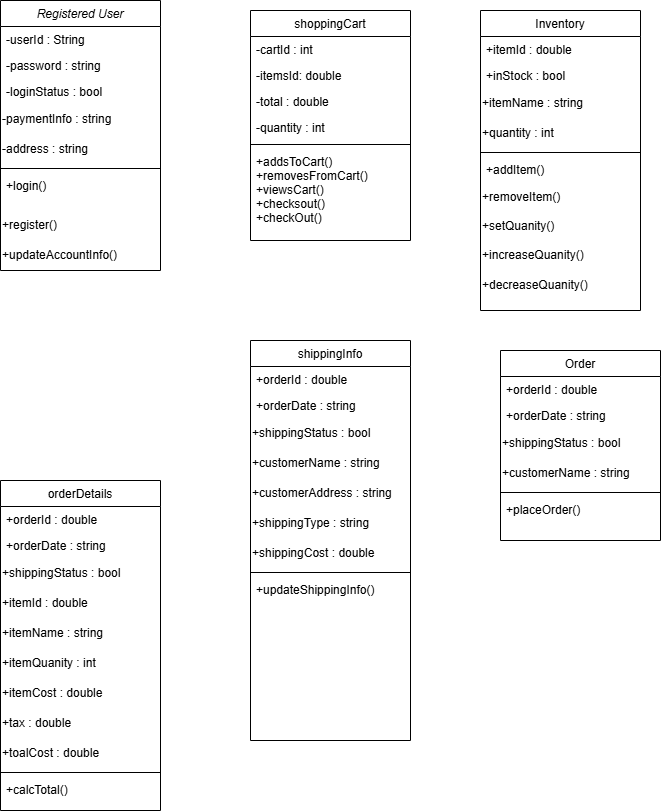
Before: Use Case Diagrams/classDiagram.drawio.png, a diagram exported from draw.io (gavinbarry60/group8). Source tidied: cells renumbered, new cells last; positions are measured from the earlier drawing's top-left corner, leaving out a move shared by most shapes.
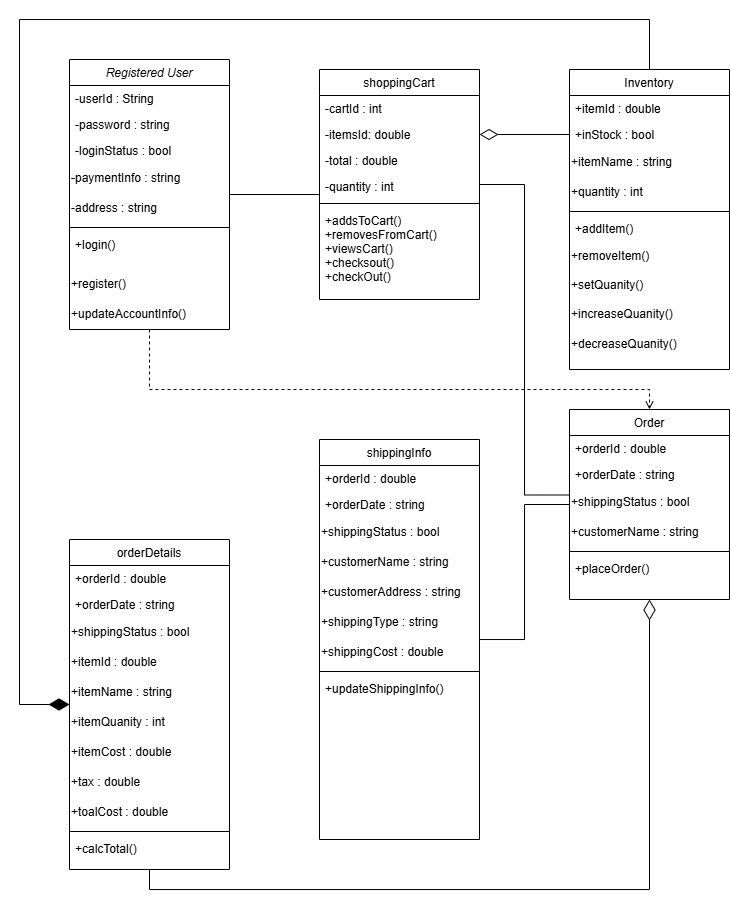
After the commit.

Change to the diagram source:
```diff
@@ -2,6 +2,14 @@
   <root>
     <mxCell id="0" />
     <mxCell id="1" parent="0" />
+    <mxCell id="59" style="edgeStyle=orthogonalEdgeStyle;rounded=0;jettySize=auto;html=1;dashed=1;endArrow=open;endFill=0;" parent="1" edge="1" source="2" target="30">
+      <mxGeometry relative="1" as="geometry">
+        <Array as="points">
+          <mxPoint x="80" y="330" />
+          <mxPoint x="580" y="330" />
+        </Array>
+      </mxGeometry>
+    </mxCell>
     <mxCell id="2" value="Registered User" style="swimlane;fontStyle=2;align=center;verticalAlign=top;horizontal=1;startSize=26;rounded=0;shadow=0;strokeWidth=1;" parent="1" vertex="1">
       <mxGeometry width="160" height="270" as="geometry" />
     </mxCell>
@@ -32,6 +40,9 @@
     <mxCell id="11" value="+updateAccountInfo()" style="text;html=1;align=left;verticalAlign=middle;whiteSpace=wrap;rounded=0;" parent="2" vertex="1">
       <mxGeometry y="240" width="160" height="30" as="geometry" />
     </mxCell>
+    <mxCell id="60" style="edgeStyle=orthogonalEdgeStyle;rounded=0;jettySize=auto;html=1;entryX=0;entryY=0.25;entryDx=0;entryDy=0;endArrow=none;startFill=0;" parent="1" edge="1" source="12" target="33">
+      <mxGeometry relative="1" as="geometry" />
+    </mxCell>
     <mxCell id="12" value="shoppingCart" style="swimlane;fontStyle=0;align=center;verticalAlign=top;horizontal=1;startSize=26;rounded=0;shadow=0;strokeWidth=1;" parent="1" vertex="1">
       <mxGeometry x="250" y="10" width="160" height="230" as="geometry" />
     </mxCell>
@@ -54,7 +65,7 @@
       <mxGeometry y="138" width="160" height="82" as="geometry" />
     </mxCell>
     <mxCell id="19" value="Inventory" style="swimlane;fontStyle=0;align=center;verticalAlign=top;horizontal=1;startSize=26;rounded=0;shadow=0;strokeWidth=1;" parent="1" vertex="1">
-      <mxGeometry x="480" y="10" width="160" height="300" as="geometry" />
+      <mxGeometry x="500" y="10" width="160" height="300" as="geometry" />
     </mxCell>
     <mxCell id="20" value="+itemId : double" style="text;align=left;verticalAlign=top;spacingLeft=4;spacingRight=4;overflow=hidden;" parent="19" vertex="1">
       <mxGeometry y="26" width="160" height="26" as="geometry" />
@@ -86,6 +97,17 @@
     <mxCell id="29" value="+decreaseQuanity()" style="text;html=1;align=left;verticalAlign=middle;whiteSpace=wrap;rounded=0;" parent="19" vertex="1">
       <mxGeometry y="260" width="160" height="30" as="geometry" />
     </mxCell>
+    <mxCell id="61" style="edgeStyle=orthogonalEdgeStyle;rounded=0;jettySize=auto;html=1;endArrow=none;startFill=0;" parent="1" edge="1" source="30" target="37">
+      <mxGeometry relative="1" as="geometry" />
+    </mxCell>
+    <mxCell id="62" style="edgeStyle=orthogonalEdgeStyle;rounded=0;jettySize=auto;html=1;endArrow=diamondThin;endFill=0;startSize=6;endSize=18;exitX=0.5;exitY=1;exitDx=0;exitDy=0;" parent="1" edge="1" source="47" target="30">
+      <mxGeometry relative="1" as="geometry">
+        <Array as="points">
+          <mxPoint x="80" y="830" />
+          <mxPoint x="580" y="830" />
+        </Array>
+      </mxGeometry>
+    </mxCell>
     <mxCell id="30" value="Order" style="swimlane;fontStyle=0;align=center;verticalAlign=top;horizontal=1;startSize=26;rounded=0;shadow=0;strokeWidth=1;" parent="1" vertex="1">
       <mxGeometry x="500" y="350" width="160" height="190" as="geometry" />
     </mxCell>
@@ -108,7 +130,7 @@
       <mxGeometry y="146" width="160" height="26" as="geometry" />
     </mxCell>
     <mxCell id="37" value="shippingInfo" style="swimlane;fontStyle=0;align=center;verticalAlign=top;horizontal=1;startSize=26;rounded=0;shadow=0;strokeWidth=1;" parent="1" vertex="1">
-      <mxGeometry x="250" y="340" width="160" height="400" as="geometry" />
+      <mxGeometry x="250" y="380" width="160" height="400" as="geometry" />
     </mxCell>
     <mxCell id="38" value="+orderId : double" style="text;align=left;verticalAlign=top;spacingLeft=4;spacingRight=4;overflow=hidden;" parent="37" vertex="1">
       <mxGeometry y="26" width="160" height="26" as="geometry" />
@@ -137,6 +159,15 @@
     <mxCell id="46" value="+updateShippingInfo()" style="text;align=left;verticalAlign=top;spacingLeft=4;spacingRight=4;overflow=hidden;" parent="37" vertex="1">
       <mxGeometry y="236" width="160" height="26" as="geometry" />
     </mxCell>
+    <mxCell id="63" style="edgeStyle=orthogonalEdgeStyle;rounded=0;jettySize=auto;html=1;endArrow=diamondThin;endFill=1;endSize=18;exitX=0.5;exitY=0;exitDx=0;exitDy=0;" parent="1" edge="1" source="19" target="47">
+      <mxGeometry relative="1" as="geometry">
+        <Array as="points">
+          <mxPoint x="580" y="-40" />
+          <mxPoint x="-50" y="-40" />
+          <mxPoint x="-50" y="645" />
+        </Array>
+      </mxGeometry>
+    </mxCell>
     <mxCell id="47" value="orderDetails" style="swimlane;fontStyle=0;align=center;verticalAlign=top;horizontal=1;startSize=26;rounded=0;shadow=0;strokeWidth=1;" parent="1" vertex="1">
       <mxGeometry y="480" width="160" height="330" as="geometry" />
     </mxCell>
@@ -173,5 +204,11 @@
     <mxCell id="58" value="+calcTotal()" style="text;align=left;verticalAlign=top;spacingLeft=4;spacingRight=4;overflow=hidden;" parent="47" vertex="1">
       <mxGeometry y="296" width="160" height="26" as="geometry" />
     </mxCell>
+    <mxCell id="64" style="edgeStyle=orthogonalEdgeStyle;rounded=0;jettySize=auto;html=1;entryX=0;entryY=0.808;entryDx=0;entryDy=0;entryPerimeter=0;endArrow=none;startFill=0;" parent="1" edge="1" source="2" target="16">
+      <mxGeometry relative="1" as="geometry" />
+    </mxCell>
+    <mxCell id="65" style="edgeStyle=orthogonalEdgeStyle;rounded=0;jettySize=auto;html=1;endArrow=diamondThin;endFill=0;endSize=16;exitX=0;exitY=0.5;exitDx=0;exitDy=0;" parent="1" edge="1" source="21" target="14">
+      <mxGeometry relative="1" as="geometry" />
+    </mxCell>
   </root>
 </mxGraphModel>
```
